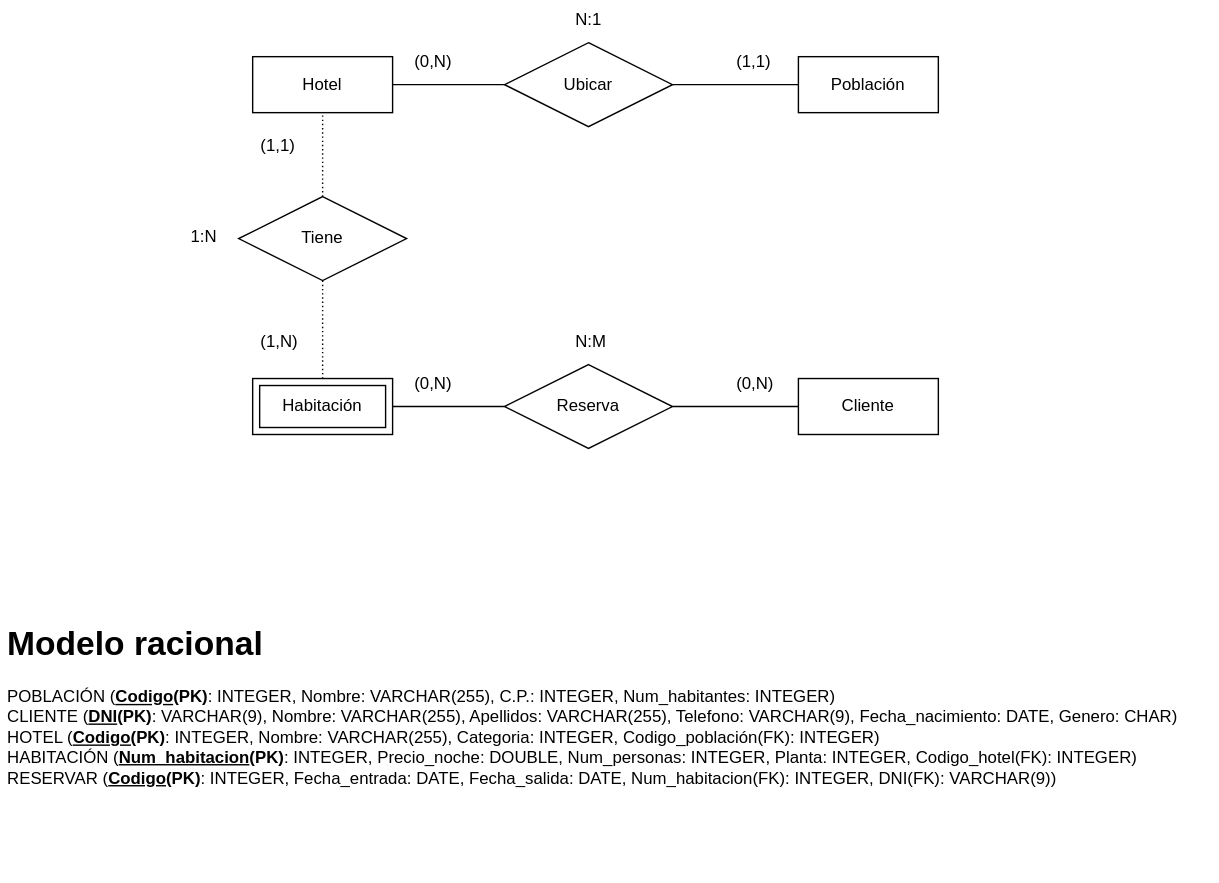
Above: Hotelio1.0.svg in BCR22-Team4-ProyectoFinal/Database_diagrama (draw.io), before the change. Source tidied: cells renumbered, new cells last; positions are measured from the earlier drawing's top-left corner, leaving out a move shared by most shapes.
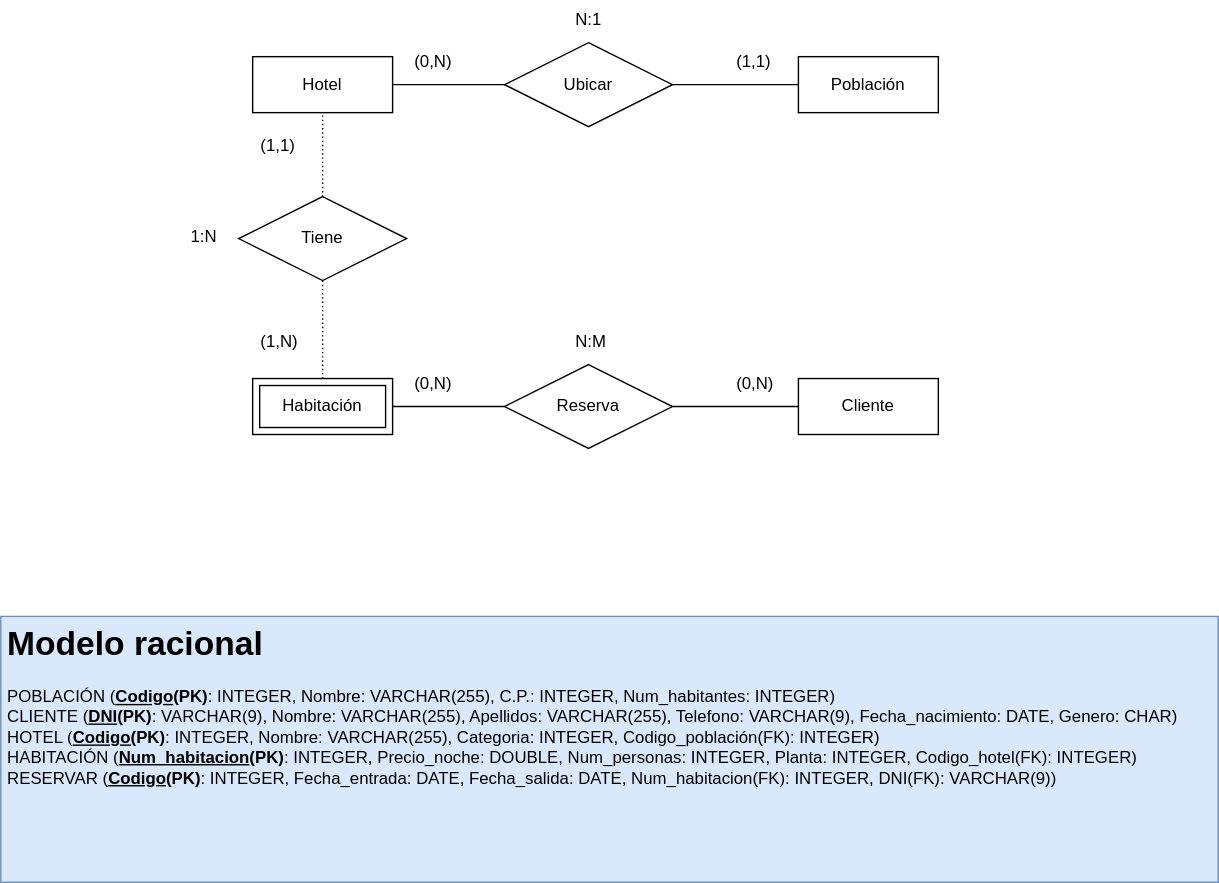
Later version of the same file.

Commit message:
Modelo racional Hotelio1.0.svg

What changed in the source:
```diff
@@ -70,7 +70,7 @@
     <mxCell id="23" value="N:M" style="text;strokeColor=none;fillColor=none;spacingLeft=4;spacingRight=4;overflow=hidden;fontSize=12;" parent="1" vertex="1">
       <mxGeometry x="405" y="230" width="40" height="30" as="geometry" />
     </mxCell>
-    <mxCell id="24" value="&lt;h1&gt;Modelo racional&lt;/h1&gt;&lt;div&gt;POBLACIÓN (&lt;b&gt;&lt;u&gt;Codigo&lt;/u&gt;(PK)&lt;/b&gt;: INTEGER, Nombre: VARCHAR(255), C.P.: INTEGER, Num_habitantes: INTEGER)&lt;/div&gt;&lt;div&gt;CLIENTE (&lt;b&gt;&lt;u&gt;DNI&lt;/u&gt;(PK)&lt;/b&gt;: VARCHAR(9), Nombre: VARCHAR(255), Apellidos: VARCHAR(255), Telefono: VARCHAR(9), Fecha_nacimiento: DATE, Genero: CHAR)&lt;/div&gt;&lt;div&gt;HOTEL (&lt;b&gt;&lt;u&gt;Codigo(&lt;/u&gt;PK)&lt;/b&gt;: INTEGER, Nombre: VARCHAR(255), Categoria: INTEGER, Codigo_población(FK): INTEGER)&lt;/div&gt;&lt;div&gt;HABITACIÓN (&lt;b&gt;&lt;u&gt;Num_habitacion&lt;/u&gt;(PK)&lt;/b&gt;: INTEGER, Precio_noche: DOUBLE, Num_personas: INTEGER, Planta: INTEGER, Codigo_hotel(FK): INTEGER)&lt;/div&gt;&lt;div&gt;RESERVAR (&lt;b&gt;&lt;u&gt;Codigo&lt;/u&gt;(PK)&lt;/b&gt;: INTEGER, Fecha_entrada: DATE, Fecha_salida: DATE, Num_habitacion(FK): INTEGER, DNI(FK): VARCHAR(9))&lt;/div&gt;" style="text;html=1;strokeColor=none;fillColor=none;spacing=5;spacingTop=-20;whiteSpace=wrap;overflow=hidden;rounded=0;" parent="1" vertex="1">
+    <mxCell id="24" value="&lt;h1&gt;Modelo racional&lt;/h1&gt;&lt;div&gt;POBLACIÓN (&lt;b&gt;&lt;u&gt;Codigo&lt;/u&gt;(PK)&lt;/b&gt;: INTEGER, Nombre: VARCHAR(255), C.P.: INTEGER, Num_habitantes: INTEGER)&lt;/div&gt;&lt;div&gt;CLIENTE (&lt;b&gt;&lt;u&gt;DNI&lt;/u&gt;(PK)&lt;/b&gt;: VARCHAR(9), Nombre: VARCHAR(255), Apellidos: VARCHAR(255), Telefono: VARCHAR(9), Fecha_nacimiento: DATE, Genero: CHAR)&lt;/div&gt;&lt;div&gt;HOTEL (&lt;b&gt;&lt;u&gt;Codigo(&lt;/u&gt;PK)&lt;/b&gt;: INTEGER, Nombre: VARCHAR(255), Categoria: INTEGER, Codigo_población(FK): INTEGER)&lt;/div&gt;&lt;div&gt;HABITACIÓN (&lt;b&gt;&lt;u&gt;Num_habitacion&lt;/u&gt;(PK)&lt;/b&gt;: INTEGER, Precio_noche: DOUBLE, Num_personas: INTEGER, Planta: INTEGER, Codigo_hotel(FK): INTEGER)&lt;/div&gt;&lt;div&gt;RESERVAR (&lt;b&gt;&lt;u&gt;Codigo&lt;/u&gt;(PK)&lt;/b&gt;: INTEGER, Fecha_entrada: DATE, Fecha_salida: DATE, Num_habitacion(FK): INTEGER, DNI(FK): VARCHAR(9))&lt;/div&gt;" style="text;html=1;strokeColor=#6c8ebf;fillColor=#dae8fc;spacing=5;spacingTop=-20;whiteSpace=wrap;overflow=hidden;rounded=0;" parent="1" vertex="1">
       <mxGeometry y="440" width="870" height="190" as="geometry" />
     </mxCell>
   </root>
```
